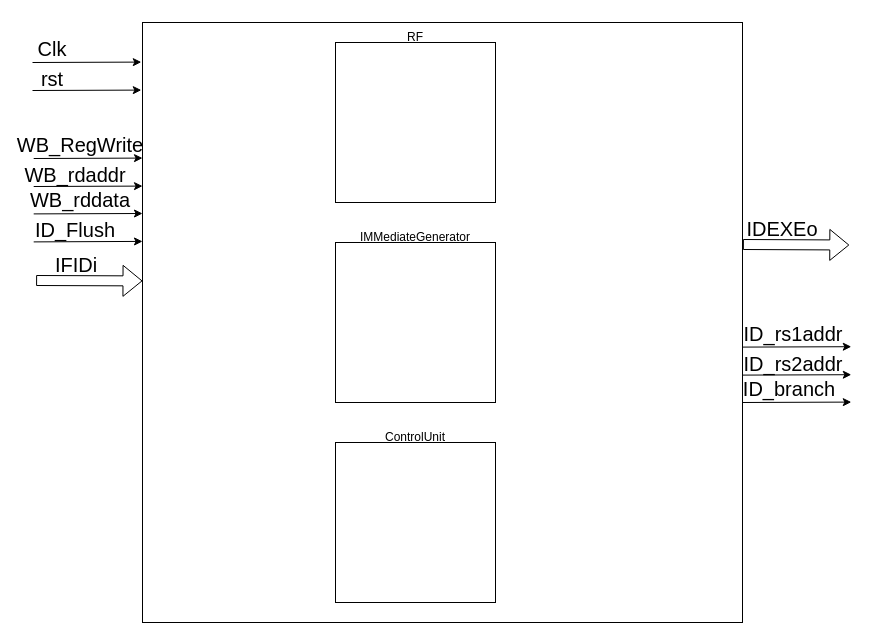
Above: page "ID" (3 of 6) of VLSIHW1.drawio in yuchengwang1121/VLSI-System-Design (draw.io), before the change. Source tidied: cells renumbered, new cells numbered last; positions are measured from the earlier drawing's top-left corner, leaving out a move shared by most shapes. Both pictures are drawn from the tidied source at 100%, with x=0, y=0 at pixel (22, 22).
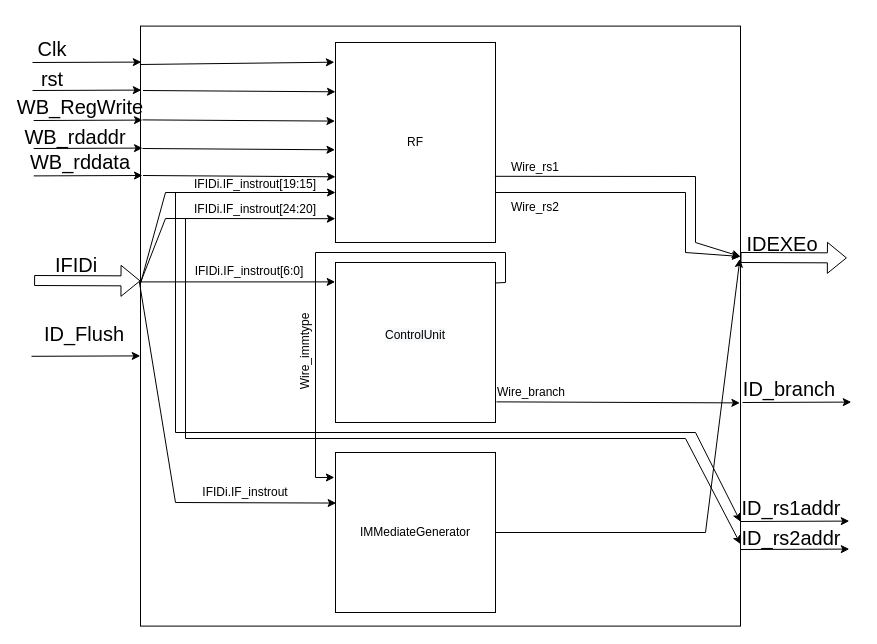
The same page after the edit.

Change to the diagram source:
```diff
@@
     <mxCell id="2" style="whiteSpace=wrap;html=1;fontSize=40;fillColor=none;" parent="1" vertex="1">
-      <mxGeometry x="120" width="600" height="600" as="geometry" />
+      <mxGeometry x="118" y="3.6" width="600" height="600" as="geometry" />
     </mxCell>
@@
-    <mxCell id="7" style="whiteSpace=wrap;html=1;fillColor=none;" parent="1" vertex="1">
-      <mxGeometry x="313" y="20" width="160" height="160" as="geometry" />
-    </mxCell>
-    <mxCell id="8" style="whiteSpace=wrap;html=1;fillColor=none;" parent="1" vertex="1">
-      <mxGeometry x="313" y="220" width="160" height="160" as="geometry" />
+    <mxCell id="8" value="IMMediateGenerator" style="whiteSpace=wrap;html=1;fillColor=none;" parent="1" vertex="1">
+      <mxGeometry x="313" y="430" width="160" height="160" as="geometry" />
     </mxCell>
-    <mxCell id="9" style="whiteSpace=wrap;html=1;fillColor=none;" parent="1" vertex="1">
-      <mxGeometry x="313" y="420" width="160" height="160" as="geometry" />
+    <mxCell id="9" value="&#10;&lt;span style=&quot;color: rgb(0, 0, 0); font-family: Helvetica; font-size: 12px; font-style: normal; font-variant-ligatures: normal; font-variant-caps: normal; font-weight: 400; letter-spacing: normal; orphans: 2; text-align: center; text-indent: 0px; text-transform: none; widows: 2; word-spacing: 0px; -webkit-text-stroke-width: 0px; background-color: rgb(248, 249, 250); text-decoration-thickness: initial; text-decoration-style: initial; text-decoration-color: initial; float: none; display: inline !important;&quot;&gt;ControlUnit&lt;/span&gt;&#10;&#10;" style="whiteSpace=wrap;html=1;fillColor=none;" parent="1" vertex="1">
+      <mxGeometry x="313" y="240" width="160" height="160" as="geometry" />
     </mxCell>
-    <mxCell id="10" value="RF" style="text;html=1;strokeColor=none;fillColor=none;align=center;verticalAlign=middle;whiteSpace=wrap;rounded=0;" parent="1" vertex="1">
-      <mxGeometry x="363" width="60" height="30" as="geometry" />
-    </mxCell>
-    <mxCell id="11" value="IMMediateGenerator" style="text;html=1;strokeColor=none;fillColor=none;align=center;verticalAlign=middle;whiteSpace=wrap;rounded=0;" parent="1" vertex="1">
-      <mxGeometry x="363" y="200" width="60" height="30" as="geometry" />
-    </mxCell>
-    <mxCell id="12" value="ControlUnit" style="text;html=1;strokeColor=none;fillColor=none;align=center;verticalAlign=middle;whiteSpace=wrap;rounded=0;" parent="1" vertex="1">
-      <mxGeometry x="363" y="400" width="60" height="30" as="geometry" />
-    </mxCell>
     <mxCell id="13" style="shape=flexArrow;endArrow=classic;html=1;rounded=0;fontSize=20;strokeWidth=1;entryX=-0.006;entryY=0.394;entryDx=0;entryDy=0;entryPerimeter=0;" parent="1" edge="1">
       <mxGeometry relative="1" as="geometry">
-        <mxPoint x="13.6" y="258" as="sourcePoint" />
-        <mxPoint x="120" y="258.4" as="targetPoint" />
+        <mxPoint x="11.6" y="258" as="sourcePoint" />
+        <mxPoint x="118" y="258.4" as="targetPoint" />
       </mxGeometry>
     </mxCell>
@@
     <mxCell id="15" style="endArrow=classic;html=1;rounded=0;fontSize=40;strokeWidth=1;entryX=-0.002;entryY=0.126;entryDx=0;entryDy=0;entryPerimeter=0;" parent="1" edge="1">
       <mxGeometry relative="1" as="geometry">
-        <mxPoint x="11.2" y="136" as="sourcePoint" />
-        <mxPoint x="120" y="135.6" as="targetPoint" />
+        <mxPoint x="11.2" y="98" as="sourcePoint" />
+        <mxPoint x="120" y="97.6" as="targetPoint" />
       </mxGeometry>
     </mxCell>
     <mxCell id="16" style="endArrow=classic;html=1;rounded=0;fontSize=40;strokeWidth=1;entryX=-0.002;entryY=0.126;entryDx=0;entryDy=0;entryPerimeter=0;" parent="1" edge="1">
       <mxGeometry relative="1" as="geometry">
-        <mxPoint x="11.2" y="164" as="sourcePoint" />
-        <mxPoint x="120" y="163.6" as="targetPoint" />
+        <mxPoint x="11.2" y="126" as="sourcePoint" />
+        <mxPoint x="120" y="125.6" as="targetPoint" />
       </mxGeometry>
     </mxCell>
     <mxCell id="17" value="&lt;font style=&quot;font-size: 20px;&quot;&gt;WB_rdaddr&lt;/font&gt;" style="text;html=1;strokeColor=none;fillColor=none;align=center;verticalAlign=middle;whiteSpace=wrap;rounded=0;fontSize=40;" parent="1" vertex="1">
-      <mxGeometry x="23" y="130" width="60" height="30" as="geometry" />
+      <mxGeometry x="23" y="92" width="60" height="30" as="geometry" />
     </mxCell>
     <mxCell id="18" value="&lt;font style=&quot;font-size: 20px;&quot;&gt;WB_RegWrite&lt;/font&gt;" style="text;html=1;strokeColor=none;fillColor=none;align=center;verticalAlign=middle;whiteSpace=wrap;rounded=0;fontSize=40;" parent="1" vertex="1">
-      <mxGeometry x="28" y="100" width="60" height="30" as="geometry" />
+      <mxGeometry x="28" y="62" width="60" height="30" as="geometry" />
     </mxCell>
     <mxCell id="19" style="endArrow=classic;html=1;rounded=0;fontSize=40;strokeWidth=1;entryX=-0.002;entryY=0.126;entryDx=0;entryDy=0;entryPerimeter=0;" parent="1" edge="1">
       <mxGeometry relative="1" as="geometry">
-        <mxPoint x="11.2" y="191.4" as="sourcePoint" />
-        <mxPoint x="120" y="191" as="targetPoint" />
+        <mxPoint x="11.2" y="153.4" as="sourcePoint" />
+        <mxPoint x="120" y="153" as="targetPoint" />
       </mxGeometry>
     </mxCell>
     <mxCell id="20" style="endArrow=classic;html=1;rounded=0;fontSize=40;strokeWidth=1;entryX=-0.002;entryY=0.126;entryDx=0;entryDy=0;entryPerimeter=0;" parent="1" edge="1">
       <mxGeometry relative="1" as="geometry">
-        <mxPoint x="11.2" y="219.4" as="sourcePoint" />
-        <mxPoint x="120" y="218.9" as="targetPoint" />
+        <mxPoint x="9" y="333.8" as="sourcePoint" />
+        <mxPoint x="117.8" y="333.4" as="targetPoint" />
       </mxGeometry>
     </mxCell>
     <mxCell id="21" value="&lt;font style=&quot;font-size: 20px;&quot;&gt;ID_Flush&lt;/font&gt;" style="text;html=1;strokeColor=none;fillColor=none;align=center;verticalAlign=middle;whiteSpace=wrap;rounded=0;fontSize=40;" parent="1" vertex="1">
-      <mxGeometry x="23" y="185.4" width="60" height="30" as="geometry" />
+      <mxGeometry x="32" y="288.6" width="60" height="30" as="geometry" />
     </mxCell>
     <mxCell id="22" value="&lt;font style=&quot;font-size: 20px;&quot;&gt;WB_rddata&lt;/font&gt;" style="text;html=1;strokeColor=none;fillColor=none;align=center;verticalAlign=middle;whiteSpace=wrap;rounded=0;fontSize=40;" parent="1" vertex="1">
-      <mxGeometry x="28" y="155.4" width="60" height="30" as="geometry" />
+      <mxGeometry x="28" y="117.4" width="60" height="30" as="geometry" />
     </mxCell>
     <mxCell id="23" style="shape=flexArrow;endArrow=classic;html=1;rounded=0;fontSize=20;strokeWidth=1;entryX=-0.006;entryY=0.394;entryDx=0;entryDy=0;entryPerimeter=0;" parent="1" edge="1">
       <mxGeometry relative="1" as="geometry">
-        <mxPoint x="720.4" y="222" as="sourcePoint" />
-        <mxPoint x="826.8" y="222.5" as="targetPoint" />
+        <mxPoint x="718" y="235" as="sourcePoint" />
+        <mxPoint x="824.4" y="235.4" as="targetPoint" />
       </mxGeometry>
     </mxCell>
     <mxCell id="24" value="&lt;font style=&quot;font-size: 20px;&quot;&gt;IDEXEo&lt;/font&gt;" style="text;html=1;strokeColor=none;fillColor=none;align=center;verticalAlign=middle;whiteSpace=wrap;rounded=0;fontSize=40;" parent="1" vertex="1">
-      <mxGeometry x="730.4" y="184.1" width="60" height="30" as="geometry" />
+      <mxGeometry x="730.4" y="199.1" width="60" height="30" as="geometry" />
     </mxCell>
     <mxCell id="25" style="endArrow=classic;html=1;rounded=0;fontSize=40;strokeWidth=1;entryX=-0.002;entryY=0.126;entryDx=0;entryDy=0;entryPerimeter=0;" parent="1" edge="1">
       <mxGeometry relative="1" as="geometry">
-        <mxPoint x="720" y="324.6" as="sourcePoint" />
-        <mxPoint x="828.8" y="324.2" as="targetPoint" />
+        <mxPoint x="718" y="499" as="sourcePoint" />
+        <mxPoint x="826.8" y="498.6" as="targetPoint" />
       </mxGeometry>
     </mxCell>
     <mxCell id="26" style="endArrow=classic;html=1;rounded=0;fontSize=40;strokeWidth=1;entryX=-0.002;entryY=0.126;entryDx=0;entryDy=0;entryPerimeter=0;" parent="1" edge="1">
       <mxGeometry relative="1" as="geometry">
-        <mxPoint x="720" y="352.6" as="sourcePoint" />
-        <mxPoint x="828.8" y="352.2" as="targetPoint" />
+        <mxPoint x="718" y="527" as="sourcePoint" />
+        <mxPoint x="826.8" y="526.6" as="targetPoint" />
       </mxGeometry>
     </mxCell>
     <mxCell id="27" value="&lt;font style=&quot;font-size: 20px;&quot;&gt;ID_rs2addr&lt;/font&gt;" style="text;html=1;strokeColor=none;fillColor=none;align=center;verticalAlign=middle;whiteSpace=wrap;rounded=0;fontSize=40;" parent="1" vertex="1">
-      <mxGeometry x="740.8" y="318.6" width="60" height="30" as="geometry" />
+      <mxGeometry x="738.8" y="493" width="60" height="30" as="geometry" />
     </mxCell>
     <mxCell id="28" value="&lt;font style=&quot;font-size: 20px;&quot;&gt;ID_rs1addr&lt;/font&gt;" style="text;html=1;strokeColor=none;fillColor=none;align=center;verticalAlign=middle;whiteSpace=wrap;rounded=0;fontSize=40;" parent="1" vertex="1">
-      <mxGeometry x="740.8" y="288.6" width="60" height="30" as="geometry" />
+      <mxGeometry x="738.8" y="463" width="60" height="30" as="geometry" />
     </mxCell>
@@
+    <mxCell id="31" style="endArrow=classic;html=1;rounded=0;entryX=-0.007;entryY=0.123;entryDx=0;entryDy=0;entryPerimeter=0;exitX=-0.001;exitY=0.064;exitDx=0;exitDy=0;exitPerimeter=0;" parent="1" edge="1" source="2">
+      <mxGeometry relative="1" as="geometry">
+        <mxPoint x="311.9" y="39.7" as="targetPoint" />
+      </mxGeometry>
+    </mxCell>
+    <mxCell id="32" style="endArrow=classic;html=1;rounded=0;entryX=-0.007;entryY=0.123;entryDx=0;entryDy=0;entryPerimeter=0;exitX=-0.001;exitY=0.064;exitDx=0;exitDy=0;exitPerimeter=0;" parent="1" edge="1">
+      <mxGeometry relative="1" as="geometry">
+        <mxPoint x="120.5" y="68" as="sourcePoint" />
+        <mxPoint x="313" y="69.3" as="targetPoint" />
+      </mxGeometry>
+    </mxCell>
+    <mxCell id="33" style="endArrow=classic;html=1;rounded=0;entryX=-0.007;entryY=0.123;entryDx=0;entryDy=0;entryPerimeter=0;exitX=-0.001;exitY=0.064;exitDx=0;exitDy=0;exitPerimeter=0;" parent="1" edge="1">
+      <mxGeometry relative="1" as="geometry">
+        <mxPoint x="120" y="97.4" as="sourcePoint" />
+        <mxPoint x="312.5" y="98.6" as="targetPoint" />
+      </mxGeometry>
+    </mxCell>
+    <mxCell id="34" style="endArrow=classic;html=1;rounded=0;entryX=-0.007;entryY=0.123;entryDx=0;entryDy=0;entryPerimeter=0;exitX=-0.001;exitY=0.064;exitDx=0;exitDy=0;exitPerimeter=0;" parent="1" edge="1">
+      <mxGeometry relative="1" as="geometry">
+        <mxPoint x="120" y="126" as="sourcePoint" />
+        <mxPoint x="312.5" y="127.3" as="targetPoint" />
+      </mxGeometry>
+    </mxCell>
+    <mxCell id="35" style="endArrow=classic;html=1;rounded=0;entryX=-0.007;entryY=0.123;entryDx=0;entryDy=0;entryPerimeter=0;exitX=-0.001;exitY=0.064;exitDx=0;exitDy=0;exitPerimeter=0;" parent="1" edge="1">
+      <mxGeometry relative="1" as="geometry">
+        <mxPoint x="120.5" y="153" as="sourcePoint" />
+        <mxPoint x="313" y="154.3" as="targetPoint" />
+      </mxGeometry>
+    </mxCell>
+    <mxCell id="10" value="RF" style="rounded=0;whiteSpace=wrap;html=1;fillColor=none;" parent="1" vertex="1">
+      <mxGeometry x="313" y="20" width="160" height="200" as="geometry" />
+    </mxCell>
+    <mxCell id="36" style="endArrow=classic;html=1;rounded=0;entryX=0;entryY=0.75;entryDx=0;entryDy=0;exitX=0;exitY=0.429;exitDx=0;exitDy=0;exitPerimeter=0;" parent="1" edge="1" source="2" target="10">
+      <mxGeometry relative="1" as="geometry">
+        <Array as="points">
+          <mxPoint x="143" y="170" />
+        </Array>
+      </mxGeometry>
+    </mxCell>
+    <mxCell id="37" style="endArrow=classic;html=1;rounded=0;entryX=-0.001;entryY=0.881;entryDx=0;entryDy=0;entryPerimeter=0;exitX=-0.001;exitY=0.43;exitDx=0;exitDy=0;exitPerimeter=0;" parent="1" edge="1" source="2" target="10">
+      <mxGeometry relative="1" as="geometry">
+        <Array as="points">
+          <mxPoint x="143" y="196" />
+        </Array>
+      </mxGeometry>
+    </mxCell>
+    <mxCell id="38" value="IFIDi.IF_instrout[19:15]" style="text;html=1;strokeColor=none;fillColor=none;align=center;verticalAlign=middle;whiteSpace=wrap;rounded=0;" parent="1" vertex="1">
+      <mxGeometry x="203" y="147.4" width="60" height="30" as="geometry" />
+    </mxCell>
+    <mxCell id="39" value="IFIDi.IF_instrout[24:20]" style="text;html=1;strokeColor=none;fillColor=none;align=center;verticalAlign=middle;whiteSpace=wrap;rounded=0;" parent="1" vertex="1">
+      <mxGeometry x="203" y="172" width="60" height="30" as="geometry" />
+    </mxCell>
+    <mxCell id="40" style="endArrow=classic;html=1;rounded=0;entryX=1;entryY=0.384;entryDx=0;entryDy=0;entryPerimeter=0;exitX=0.996;exitY=0.669;exitDx=0;exitDy=0;exitPerimeter=0;" parent="1" edge="1" source="10" target="2">
+      <mxGeometry relative="1" as="geometry">
+        <Array as="points">
+          <mxPoint x="673" y="154" />
+          <mxPoint x="673" y="220" />
+        </Array>
+      </mxGeometry>
+    </mxCell>
+    <mxCell id="41" style="endArrow=classic;html=1;rounded=0;exitX=1;exitY=0.75;exitDx=0;exitDy=0;entryX=1;entryY=0.384;entryDx=0;entryDy=0;entryPerimeter=0;" parent="1" edge="1" source="10" target="2">
+      <mxGeometry relative="1" as="geometry">
+        <Array as="points">
+          <mxPoint x="663" y="170" />
+          <mxPoint x="663" y="230" />
+        </Array>
+      </mxGeometry>
+    </mxCell>
+    <mxCell id="42" value="Wire_rs1" style="text;html=1;strokeColor=none;fillColor=none;align=center;verticalAlign=middle;whiteSpace=wrap;rounded=0;" parent="1" vertex="1">
+      <mxGeometry x="483" y="130" width="60" height="30" as="geometry" />
+    </mxCell>
+    <mxCell id="43" value="Wire_rs2" style="text;html=1;strokeColor=none;fillColor=none;align=center;verticalAlign=middle;whiteSpace=wrap;rounded=0;" parent="1" vertex="1">
+      <mxGeometry x="483" y="170" width="60" height="30" as="geometry" />
+    </mxCell>
+    <mxCell id="44" style="endArrow=classic;html=1;rounded=0;exitX=0;exitY=0.423;exitDx=0;exitDy=0;exitPerimeter=0;entryX=-0.002;entryY=0.171;entryDx=0;entryDy=0;entryPerimeter=0;" parent="1" edge="1">
+      <mxGeometry relative="1" as="geometry">
+        <mxPoint x="118" y="259.4" as="sourcePoint" />
+        <mxPoint x="312.7" y="259.4" as="targetPoint" />
+      </mxGeometry>
+    </mxCell>
+    <mxCell id="45" value="IFIDi.IF_instrout[6:0]" style="text;html=1;strokeColor=none;fillColor=none;align=center;verticalAlign=middle;whiteSpace=wrap;rounded=0;" parent="1" vertex="1">
+      <mxGeometry x="197" y="234" width="60" height="30" as="geometry" />
+    </mxCell>
+    <mxCell id="46" style="endArrow=classic;html=1;rounded=0;exitX=0.999;exitY=0.128;exitDx=0;exitDy=0;exitPerimeter=0;entryX=-0.007;entryY=0.156;entryDx=0;entryDy=0;entryPerimeter=0;" parent="1" edge="1" source="9" target="8">
+      <mxGeometry relative="1" as="geometry">
+        <Array as="points">
+          <mxPoint x="483" y="260" />
+          <mxPoint x="483" y="230" />
+          <mxPoint x="293" y="230" />
+          <mxPoint x="293" y="455" />
+        </Array>
+      </mxGeometry>
+    </mxCell>
+    <mxCell id="47" value="Wire_immtype" style="text;html=1;strokeColor=none;fillColor=none;align=center;verticalAlign=middle;whiteSpace=wrap;rounded=0;rotation=-90;" parent="1" vertex="1">
+      <mxGeometry x="253" y="314" width="60" height="30" as="geometry" />
+    </mxCell>
+    <mxCell id="48" style="endArrow=classic;html=1;rounded=0;entryX=0.004;entryY=0.316;entryDx=0;entryDy=0;entryPerimeter=0;exitX=-0.002;exitY=0.426;exitDx=0;exitDy=0;exitPerimeter=0;" parent="1" edge="1" source="2" target="8">
+      <mxGeometry relative="1" as="geometry">
+        <Array as="points">
+          <mxPoint x="153" y="480" />
+        </Array>
+      </mxGeometry>
+    </mxCell>
+    <mxCell id="49" value="IFIDi.IF_instrout" style="text;html=1;strokeColor=none;fillColor=none;align=center;verticalAlign=middle;whiteSpace=wrap;rounded=0;" parent="1" vertex="1">
+      <mxGeometry x="193" y="455" width="60" height="30" as="geometry" />
+    </mxCell>
+    <mxCell id="50" style="endArrow=classic;html=1;rounded=0;entryX=0.999;entryY=0.628;entryDx=0;entryDy=0;entryPerimeter=0;exitX=1.006;exitY=0.871;exitDx=0;exitDy=0;exitPerimeter=0;" parent="1" edge="1" source="9" target="2">
+      <mxGeometry relative="1" as="geometry" />
+    </mxCell>
+    <mxCell id="51" value="Wire_branch" style="text;html=1;strokeColor=none;fillColor=none;align=center;verticalAlign=middle;whiteSpace=wrap;rounded=0;" parent="1" vertex="1">
+      <mxGeometry x="479" y="355" width="60" height="30" as="geometry" />
+    </mxCell>
+    <mxCell id="52" style="endArrow=classic;html=1;rounded=0;entryX=1;entryY=0.826;entryDx=0;entryDy=0;entryPerimeter=0;" parent="1" edge="1" target="2">
+      <mxGeometry relative="1" as="geometry">
+        <mxPoint x="153" y="170" as="sourcePoint" />
+        <Array as="points">
+          <mxPoint x="153" y="410" />
+          <mxPoint x="673" y="410" />
+        </Array>
+      </mxGeometry>
+    </mxCell>
+    <mxCell id="53" style="endArrow=classic;html=1;rounded=0;entryX=1;entryY=0.87;entryDx=0;entryDy=0;entryPerimeter=0;" parent="1" edge="1">
+      <mxGeometry relative="1" as="geometry">
+        <mxPoint x="163" y="196" as="sourcePoint" />
+        <mxPoint x="718" y="521.6" as="targetPoint" />
+        <Array as="points">
+          <mxPoint x="163" y="416" />
+          <mxPoint x="663" y="416" />
+        </Array>
+      </mxGeometry>
+    </mxCell>
+    <mxCell id="54" style="endArrow=classic;html=1;rounded=0;exitX=1;exitY=0.5;exitDx=0;exitDy=0;entryX=0.999;entryY=0.388;entryDx=0;entryDy=0;entryPerimeter=0;" parent="1" edge="1" source="8" target="2">
+      <mxGeometry relative="1" as="geometry">
+        <Array as="points">
+          <mxPoint x="683" y="510" />
+        </Array>
+      </mxGeometry>
+    </mxCell>
```
